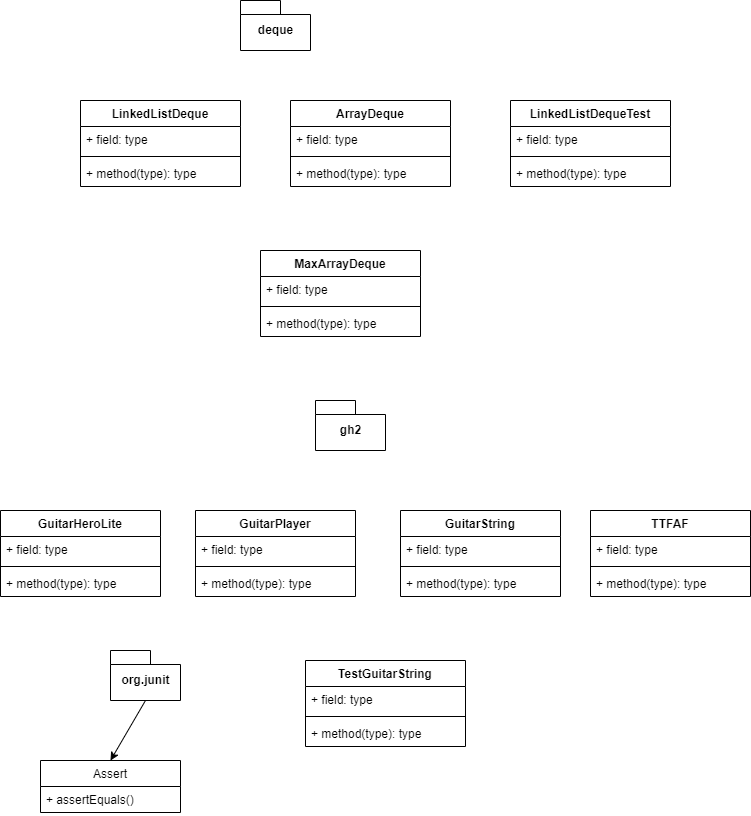
Before: proj1/Class Diagram.png, a diagram exported from draw.io (f2xiao/skeleton-sp21). Source tidied: cells renumbered, new cells last; positions are measured from the earlier drawing's top-left corner, leaving out a move shared by most shapes. The source it was exported from:
```xml
<mxGraphModel>
  <root>
    <mxCell id="0" />
    <mxCell id="1" parent="0" />
    <mxCell id="2" value="LinkedListDeque" style="swimlane;fontStyle=1;align=center;verticalAlign=top;horizontal=1;startSize=26;" parent="1" vertex="1">
      <mxGeometry x="80" y="100" width="160" height="86" as="geometry" />
    </mxCell>
    <mxCell id="3" value="+ field: type" style="text;strokeColor=none;fillColor=none;align=left;verticalAlign=top;spacingLeft=4;spacingRight=4;overflow=hidden;" parent="2" vertex="1">
      <mxGeometry y="26" width="160" height="26" as="geometry" />
    </mxCell>
    <mxCell id="4" style="line;strokeWidth=1;fillColor=none;align=left;verticalAlign=middle;spacingTop=-1;spacingLeft=3;spacingRight=3;labelPosition=right;" parent="2" vertex="1">
      <mxGeometry y="52" width="160" height="8" as="geometry" />
    </mxCell>
    <mxCell id="5" value="+ method(type): type" style="text;strokeColor=none;fillColor=none;align=left;verticalAlign=top;spacingLeft=4;spacingRight=4;overflow=hidden;" parent="2" vertex="1">
      <mxGeometry y="60" width="160" height="26" as="geometry" />
    </mxCell>
    <mxCell id="6" value="ArrayDeque" style="swimlane;fontStyle=1;align=center;verticalAlign=top;horizontal=1;startSize=26;" parent="1" vertex="1">
      <mxGeometry x="290" y="100" width="160" height="86" as="geometry" />
    </mxCell>
    <mxCell id="7" value="+ field: type" style="text;strokeColor=none;fillColor=none;align=left;verticalAlign=top;spacingLeft=4;spacingRight=4;overflow=hidden;" parent="6" vertex="1">
      <mxGeometry y="26" width="160" height="26" as="geometry" />
    </mxCell>
    <mxCell id="8" style="line;strokeWidth=1;fillColor=none;align=left;verticalAlign=middle;spacingTop=-1;spacingLeft=3;spacingRight=3;labelPosition=right;" parent="6" vertex="1">
      <mxGeometry y="52" width="160" height="8" as="geometry" />
    </mxCell>
    <mxCell id="9" value="+ method(type): type" style="text;strokeColor=none;fillColor=none;align=left;verticalAlign=top;spacingLeft=4;spacingRight=4;overflow=hidden;" parent="6" vertex="1">
      <mxGeometry y="60" width="160" height="26" as="geometry" />
    </mxCell>
    <mxCell id="10" value="MaxArrayDeque" style="swimlane;fontStyle=1;align=center;verticalAlign=top;horizontal=1;startSize=26;" parent="1" vertex="1">
      <mxGeometry x="260" y="250" width="160" height="86" as="geometry" />
    </mxCell>
    <mxCell id="11" value="+ field: type" style="text;strokeColor=none;fillColor=none;align=left;verticalAlign=top;spacingLeft=4;spacingRight=4;overflow=hidden;" parent="10" vertex="1">
      <mxGeometry y="26" width="160" height="26" as="geometry" />
    </mxCell>
    <mxCell id="12" style="line;strokeWidth=1;fillColor=none;align=left;verticalAlign=middle;spacingTop=-1;spacingLeft=3;spacingRight=3;labelPosition=right;" parent="10" vertex="1">
      <mxGeometry y="52" width="160" height="8" as="geometry" />
    </mxCell>
    <mxCell id="13" value="+ method(type): type" style="text;strokeColor=none;fillColor=none;align=left;verticalAlign=top;spacingLeft=4;spacingRight=4;overflow=hidden;" parent="10" vertex="1">
      <mxGeometry y="60" width="160" height="26" as="geometry" />
    </mxCell>
    <mxCell id="14" value="deque" style="shape=folder;fontStyle=1;spacingTop=10;tabWidth=40;tabHeight=14;tabPosition=left;html=1;" parent="1" vertex="1">
      <mxGeometry x="240" width="70" height="50" as="geometry" />
    </mxCell>
    <mxCell id="15" value="gh2" style="shape=folder;fontStyle=1;spacingTop=10;tabWidth=40;tabHeight=14;tabPosition=left;html=1;" parent="1" vertex="1">
      <mxGeometry x="315" y="400" width="70" height="50" as="geometry" />
    </mxCell>
    <mxCell id="16" value="org.junit" style="shape=folder;fontStyle=1;spacingTop=10;tabWidth=40;tabHeight=14;tabPosition=left;html=1;" parent="1" vertex="1">
      <mxGeometry x="110" y="650" width="70" height="50" as="geometry" />
    </mxCell>
    <mxCell id="17" value="Assert" style="swimlane;fontStyle=0;horizontal=1;startSize=26;fillColor=none;" parent="1" vertex="1">
      <mxGeometry x="40" y="760" width="140" height="52" as="geometry" />
    </mxCell>
    <mxCell id="18" value="+ assertEquals()" style="text;strokeColor=none;fillColor=none;align=left;verticalAlign=top;spacingLeft=4;spacingRight=4;overflow=hidden;" parent="17" vertex="1">
      <mxGeometry y="26" width="140" height="26" as="geometry" />
    </mxCell>
    <mxCell id="19" style="endArrow=classic;html=1;rounded=0;exitX=0.5;exitY=1;exitDx=0;exitDy=0;exitPerimeter=0;entryX=0.5;entryY=0;entryDx=0;entryDy=0;" parent="1" edge="1" source="16" target="17">
      <mxGeometry relative="1" as="geometry" />
    </mxCell>
    <mxCell id="20" value="LinkedListDequeTest" style="swimlane;fontStyle=1;align=center;verticalAlign=top;horizontal=1;startSize=26;" parent="1" vertex="1">
      <mxGeometry x="510" y="100" width="160" height="86" as="geometry" />
    </mxCell>
    <mxCell id="21" value="+ field: type" style="text;strokeColor=none;fillColor=none;align=left;verticalAlign=top;spacingLeft=4;spacingRight=4;overflow=hidden;" parent="20" vertex="1">
      <mxGeometry y="26" width="160" height="26" as="geometry" />
    </mxCell>
    <mxCell id="22" style="line;strokeWidth=1;fillColor=none;align=left;verticalAlign=middle;spacingTop=-1;spacingLeft=3;spacingRight=3;labelPosition=right;" parent="20" vertex="1">
      <mxGeometry y="52" width="160" height="8" as="geometry" />
    </mxCell>
    <mxCell id="23" value="+ method(type): type" style="text;strokeColor=none;fillColor=none;align=left;verticalAlign=top;spacingLeft=4;spacingRight=4;overflow=hidden;" parent="20" vertex="1">
      <mxGeometry y="60" width="160" height="26" as="geometry" />
    </mxCell>
    <mxCell id="24" value="GuitarHeroLite" style="swimlane;fontStyle=1;align=center;verticalAlign=top;horizontal=1;startSize=26;" parent="1" vertex="1">
      <mxGeometry y="510" width="160" height="86" as="geometry" />
    </mxCell>
    <mxCell id="25" value="+ field: type" style="text;strokeColor=none;fillColor=none;align=left;verticalAlign=top;spacingLeft=4;spacingRight=4;overflow=hidden;" parent="24" vertex="1">
      <mxGeometry y="26" width="160" height="26" as="geometry" />
    </mxCell>
    <mxCell id="26" style="line;strokeWidth=1;fillColor=none;align=left;verticalAlign=middle;spacingTop=-1;spacingLeft=3;spacingRight=3;labelPosition=right;" parent="24" vertex="1">
      <mxGeometry y="52" width="160" height="8" as="geometry" />
    </mxCell>
    <mxCell id="27" value="+ method(type): type" style="text;strokeColor=none;fillColor=none;align=left;verticalAlign=top;spacingLeft=4;spacingRight=4;overflow=hidden;" parent="24" vertex="1">
      <mxGeometry y="60" width="160" height="26" as="geometry" />
    </mxCell>
    <mxCell id="28" value="GuitarPlayer" style="swimlane;fontStyle=1;align=center;verticalAlign=top;horizontal=1;startSize=26;" parent="1" vertex="1">
      <mxGeometry x="195" y="510" width="160" height="86" as="geometry" />
    </mxCell>
    <mxCell id="29" value="+ field: type" style="text;strokeColor=none;fillColor=none;align=left;verticalAlign=top;spacingLeft=4;spacingRight=4;overflow=hidden;" parent="28" vertex="1">
      <mxGeometry y="26" width="160" height="26" as="geometry" />
    </mxCell>
    <mxCell id="30" style="line;strokeWidth=1;fillColor=none;align=left;verticalAlign=middle;spacingTop=-1;spacingLeft=3;spacingRight=3;labelPosition=right;" parent="28" vertex="1">
      <mxGeometry y="52" width="160" height="8" as="geometry" />
    </mxCell>
    <mxCell id="31" value="+ method(type): type" style="text;strokeColor=none;fillColor=none;align=left;verticalAlign=top;spacingLeft=4;spacingRight=4;overflow=hidden;" parent="28" vertex="1">
      <mxGeometry y="60" width="160" height="26" as="geometry" />
    </mxCell>
    <mxCell id="32" value="GuitarString" style="swimlane;fontStyle=1;align=center;verticalAlign=top;horizontal=1;startSize=26;" parent="1" vertex="1">
      <mxGeometry x="400" y="510" width="160" height="86" as="geometry" />
    </mxCell>
    <mxCell id="33" value="+ field: type" style="text;strokeColor=none;fillColor=none;align=left;verticalAlign=top;spacingLeft=4;spacingRight=4;overflow=hidden;" parent="32" vertex="1">
      <mxGeometry y="26" width="160" height="26" as="geometry" />
    </mxCell>
    <mxCell id="34" style="line;strokeWidth=1;fillColor=none;align=left;verticalAlign=middle;spacingTop=-1;spacingLeft=3;spacingRight=3;labelPosition=right;" parent="32" vertex="1">
      <mxGeometry y="52" width="160" height="8" as="geometry" />
    </mxCell>
    <mxCell id="35" value="+ method(type): type" style="text;strokeColor=none;fillColor=none;align=left;verticalAlign=top;spacingLeft=4;spacingRight=4;overflow=hidden;" parent="32" vertex="1">
      <mxGeometry y="60" width="160" height="26" as="geometry" />
    </mxCell>
    <mxCell id="36" value="TTFAF" style="swimlane;fontStyle=1;align=center;verticalAlign=top;horizontal=1;startSize=26;" parent="1" vertex="1">
      <mxGeometry x="590" y="510" width="160" height="86" as="geometry" />
    </mxCell>
    <mxCell id="37" value="+ field: type" style="text;strokeColor=none;fillColor=none;align=left;verticalAlign=top;spacingLeft=4;spacingRight=4;overflow=hidden;" parent="36" vertex="1">
      <mxGeometry y="26" width="160" height="26" as="geometry" />
    </mxCell>
    <mxCell id="38" style="line;strokeWidth=1;fillColor=none;align=left;verticalAlign=middle;spacingTop=-1;spacingLeft=3;spacingRight=3;labelPosition=right;" parent="36" vertex="1">
      <mxGeometry y="52" width="160" height="8" as="geometry" />
    </mxCell>
    <mxCell id="39" value="+ method(type): type" style="text;strokeColor=none;fillColor=none;align=left;verticalAlign=top;spacingLeft=4;spacingRight=4;overflow=hidden;" parent="36" vertex="1">
      <mxGeometry y="60" width="160" height="26" as="geometry" />
    </mxCell>
    <mxCell id="40" value="TestGuitarString" style="swimlane;fontStyle=1;align=center;verticalAlign=top;horizontal=1;startSize=26;" parent="1" vertex="1">
      <mxGeometry x="305" y="660" width="160" height="86" as="geometry" />
    </mxCell>
    <mxCell id="41" value="+ field: type" style="text;strokeColor=none;fillColor=none;align=left;verticalAlign=top;spacingLeft=4;spacingRight=4;overflow=hidden;" parent="40" vertex="1">
      <mxGeometry y="26" width="160" height="26" as="geometry" />
    </mxCell>
    <mxCell id="42" style="line;strokeWidth=1;fillColor=none;align=left;verticalAlign=middle;spacingTop=-1;spacingLeft=3;spacingRight=3;labelPosition=right;" parent="40" vertex="1">
      <mxGeometry y="52" width="160" height="8" as="geometry" />
    </mxCell>
    <mxCell id="43" value="+ method(type): type" style="text;strokeColor=none;fillColor=none;align=left;verticalAlign=top;spacingLeft=4;spacingRight=4;overflow=hidden;" parent="40" vertex="1">
      <mxGeometry y="60" width="160" height="26" as="geometry" />
    </mxCell>
  </root>
</mxGraphModel>
```
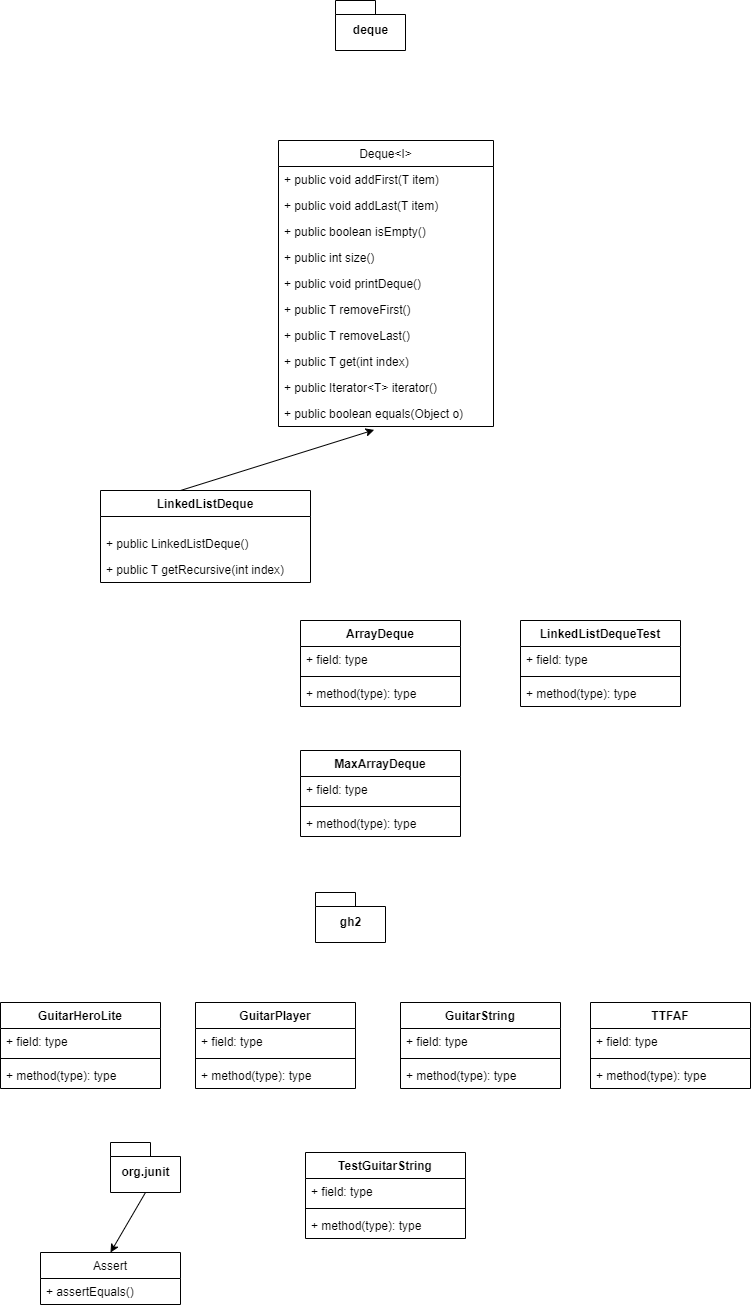
The same diagram one commit later.

Change to the diagram source:
```diff
@@ -3,19 +3,19 @@
     <mxCell id="0" />
     <mxCell id="1" parent="0" />
     <mxCell id="2" value="LinkedListDeque" style="swimlane;fontStyle=1;align=center;verticalAlign=top;horizontal=1;startSize=26;" parent="1" vertex="1">
-      <mxGeometry x="80" y="100" width="160" height="86" as="geometry" />
+      <mxGeometry x="100" y="-2" width="210" height="92" as="geometry" />
     </mxCell>
-    <mxCell id="3" value="+ field: type" style="text;strokeColor=none;fillColor=none;align=left;verticalAlign=top;spacingLeft=4;spacingRight=4;overflow=hidden;" parent="2" vertex="1">
-      <mxGeometry y="26" width="160" height="26" as="geometry" />
-    </mxCell>
-    <mxCell id="4" style="line;strokeWidth=1;fillColor=none;align=left;verticalAlign=middle;spacingTop=-1;spacingLeft=3;spacingRight=3;labelPosition=right;" parent="2" vertex="1">
-      <mxGeometry y="52" width="160" height="8" as="geometry" />
-    </mxCell>
-    <mxCell id="5" value="+ method(type): type" style="text;strokeColor=none;fillColor=none;align=left;verticalAlign=top;spacingLeft=4;spacingRight=4;overflow=hidden;" parent="2" vertex="1">
-      <mxGeometry y="60" width="160" height="26" as="geometry" />
-    </mxCell>
+    <mxCell id="44" style="text;strokeColor=none;fillColor=none;align=left;verticalAlign=middle;spacingTop=-1;spacingLeft=4;spacingRight=4;labelPosition=right;fontSize=12;" parent="2" vertex="1">
+      <mxGeometry y="26" width="210" height="14" as="geometry" />
+    </mxCell>
+    <mxCell id="45" value="+ public LinkedListDeque()" style="text;strokeColor=none;fillColor=none;align=left;verticalAlign=top;spacingLeft=4;spacingRight=4;overflow=hidden;fontSize=12;" parent="2" vertex="1">
+      <mxGeometry y="40" width="210" height="26" as="geometry" />
+    </mxCell>
+    <mxCell id="46" value="+ public T getRecursive(int index)" style="text;strokeColor=none;fillColor=none;align=left;verticalAlign=top;spacingLeft=4;spacingRight=4;overflow=hidden;fontSize=12;" parent="2" vertex="1">
+      <mxGeometry y="66" width="210" height="26" as="geometry" />
+    </mxCell>
     <mxCell id="6" value="ArrayDeque" style="swimlane;fontStyle=1;align=center;verticalAlign=top;horizontal=1;startSize=26;" parent="1" vertex="1">
-      <mxGeometry x="290" y="100" width="160" height="86" as="geometry" />
+      <mxGeometry x="300" y="128" width="160" height="86" as="geometry" />
     </mxCell>
     <mxCell id="7" value="+ field: type" style="text;strokeColor=none;fillColor=none;align=left;verticalAlign=top;spacingLeft=4;spacingRight=4;overflow=hidden;" parent="6" vertex="1">
       <mxGeometry y="26" width="160" height="26" as="geometry" />
@@ -27,7 +27,7 @@
       <mxGeometry y="60" width="160" height="26" as="geometry" />
     </mxCell>
     <mxCell id="10" value="MaxArrayDeque" style="swimlane;fontStyle=1;align=center;verticalAlign=top;horizontal=1;startSize=26;" parent="1" vertex="1">
-      <mxGeometry x="260" y="250" width="160" height="86" as="geometry" />
+      <mxGeometry x="300" y="258" width="160" height="86" as="geometry" />
     </mxCell>
     <mxCell id="11" value="+ field: type" style="text;strokeColor=none;fillColor=none;align=left;verticalAlign=top;spacingLeft=4;spacingRight=4;overflow=hidden;" parent="10" vertex="1">
       <mxGeometry y="26" width="160" height="26" as="geometry" />
@@ -39,7 +39,7 @@
       <mxGeometry y="60" width="160" height="26" as="geometry" />
     </mxCell>
     <mxCell id="14" value="deque" style="shape=folder;fontStyle=1;spacingTop=10;tabWidth=40;tabHeight=14;tabPosition=left;html=1;" parent="1" vertex="1">
-      <mxGeometry x="240" width="70" height="50" as="geometry" />
+      <mxGeometry x="335" y="-492" width="70" height="50" as="geometry" />
     </mxCell>
     <mxCell id="15" value="gh2" style="shape=folder;fontStyle=1;spacingTop=10;tabWidth=40;tabHeight=14;tabPosition=left;html=1;" parent="1" vertex="1">
       <mxGeometry x="315" y="400" width="70" height="50" as="geometry" />
@@ -57,7 +57,7 @@
       <mxGeometry relative="1" as="geometry" />
     </mxCell>
     <mxCell id="20" value="LinkedListDequeTest" style="swimlane;fontStyle=1;align=center;verticalAlign=top;horizontal=1;startSize=26;" parent="1" vertex="1">
-      <mxGeometry x="510" y="100" width="160" height="86" as="geometry" />
+      <mxGeometry x="520" y="128" width="160" height="86" as="geometry" />
     </mxCell>
     <mxCell id="21" value="+ field: type" style="text;strokeColor=none;fillColor=none;align=left;verticalAlign=top;spacingLeft=4;spacingRight=4;overflow=hidden;" parent="20" vertex="1">
       <mxGeometry y="26" width="160" height="26" as="geometry" />
@@ -128,5 +128,43 @@
     <mxCell id="43" value="+ method(type): type" style="text;strokeColor=none;fillColor=none;align=left;verticalAlign=top;spacingLeft=4;spacingRight=4;overflow=hidden;" parent="40" vertex="1">
       <mxGeometry y="60" width="160" height="26" as="geometry" />
     </mxCell>
+    <mxCell id="47" value="Deque&lt;I&gt;" style="swimlane;fontStyle=0;horizontal=1;startSize=26;fillColor=none;fontSize=12;" parent="1" vertex="1">
+      <mxGeometry x="278" y="-352" width="215" height="286" as="geometry" />
+    </mxCell>
+    <mxCell id="48" value="+ public void addFirst(T item)" style="text;strokeColor=none;fillColor=none;align=left;verticalAlign=top;spacingLeft=4;spacingRight=4;overflow=hidden;fontSize=12;" parent="47" vertex="1">
+      <mxGeometry y="26" width="215" height="26" as="geometry" />
+    </mxCell>
+    <mxCell id="49" value="+ public void addLast(T item)" style="text;strokeColor=none;fillColor=none;align=left;verticalAlign=top;spacingLeft=4;spacingRight=4;overflow=hidden;fontSize=12;" parent="47" vertex="1">
+      <mxGeometry y="52" width="215" height="26" as="geometry" />
+    </mxCell>
+    <mxCell id="50" value="+ public boolean isEmpty()" style="text;strokeColor=none;fillColor=none;align=left;verticalAlign=top;spacingLeft=4;spacingRight=4;overflow=hidden;fontSize=12;" parent="47" vertex="1">
+      <mxGeometry y="78" width="215" height="26" as="geometry" />
+    </mxCell>
+    <mxCell id="51" value="+ public int size()" style="text;strokeColor=none;fillColor=none;align=left;verticalAlign=top;spacingLeft=4;spacingRight=4;overflow=hidden;fontSize=12;" parent="47" vertex="1">
+      <mxGeometry y="104" width="215" height="26" as="geometry" />
+    </mxCell>
+    <mxCell id="52" value="+ public void printDeque()" style="text;strokeColor=none;fillColor=none;align=left;verticalAlign=top;spacingLeft=4;spacingRight=4;overflow=hidden;fontSize=12;" parent="47" vertex="1">
+      <mxGeometry y="130" width="215" height="26" as="geometry" />
+    </mxCell>
+    <mxCell id="53" value="+ public T removeFirst()" style="text;strokeColor=none;fillColor=none;align=left;verticalAlign=top;spacingLeft=4;spacingRight=4;overflow=hidden;fontSize=12;" parent="47" vertex="1">
+      <mxGeometry y="156" width="215" height="26" as="geometry" />
+    </mxCell>
+    <mxCell id="54" value="+ public T removeLast()" style="text;strokeColor=none;fillColor=none;align=left;verticalAlign=top;spacingLeft=4;spacingRight=4;overflow=hidden;fontSize=12;" parent="47" vertex="1">
+      <mxGeometry y="182" width="215" height="26" as="geometry" />
+    </mxCell>
+    <mxCell id="55" value="+ public T get(int index)" style="text;strokeColor=none;fillColor=none;align=left;verticalAlign=top;spacingLeft=4;spacingRight=4;overflow=hidden;fontSize=12;" parent="47" vertex="1">
+      <mxGeometry y="208" width="215" height="26" as="geometry" />
+    </mxCell>
+    <mxCell id="56" value="+ public Iterator&lt;T&gt; iterator()" style="text;strokeColor=none;fillColor=none;align=left;verticalAlign=top;spacingLeft=4;spacingRight=4;overflow=hidden;fontSize=12;" parent="47" vertex="1">
+      <mxGeometry y="234" width="215" height="26" as="geometry" />
+    </mxCell>
+    <mxCell id="57" value="+ public boolean equals(Object o)" style="text;strokeColor=none;fillColor=none;align=left;verticalAlign=top;spacingLeft=4;spacingRight=4;overflow=hidden;points=[[0,0.5],[1,0.5]];portConstraint=eastwest;fontSize=12;" parent="47" vertex="1">
+      <mxGeometry y="260" width="215" height="26" as="geometry" />
+    </mxCell>
+    <mxCell id="58" style="endArrow=classic;html=1;rounded=0;fontSize=12;entryX=0.445;entryY=1.131;entryDx=0;entryDy=0;entryPerimeter=0;" parent="1" edge="1" target="57">
+      <mxGeometry relative="1" as="geometry">
+        <mxPoint x="180" y="-2" as="sourcePoint" />
+      </mxGeometry>
+    </mxCell>
   </root>
 </mxGraphModel>
```
